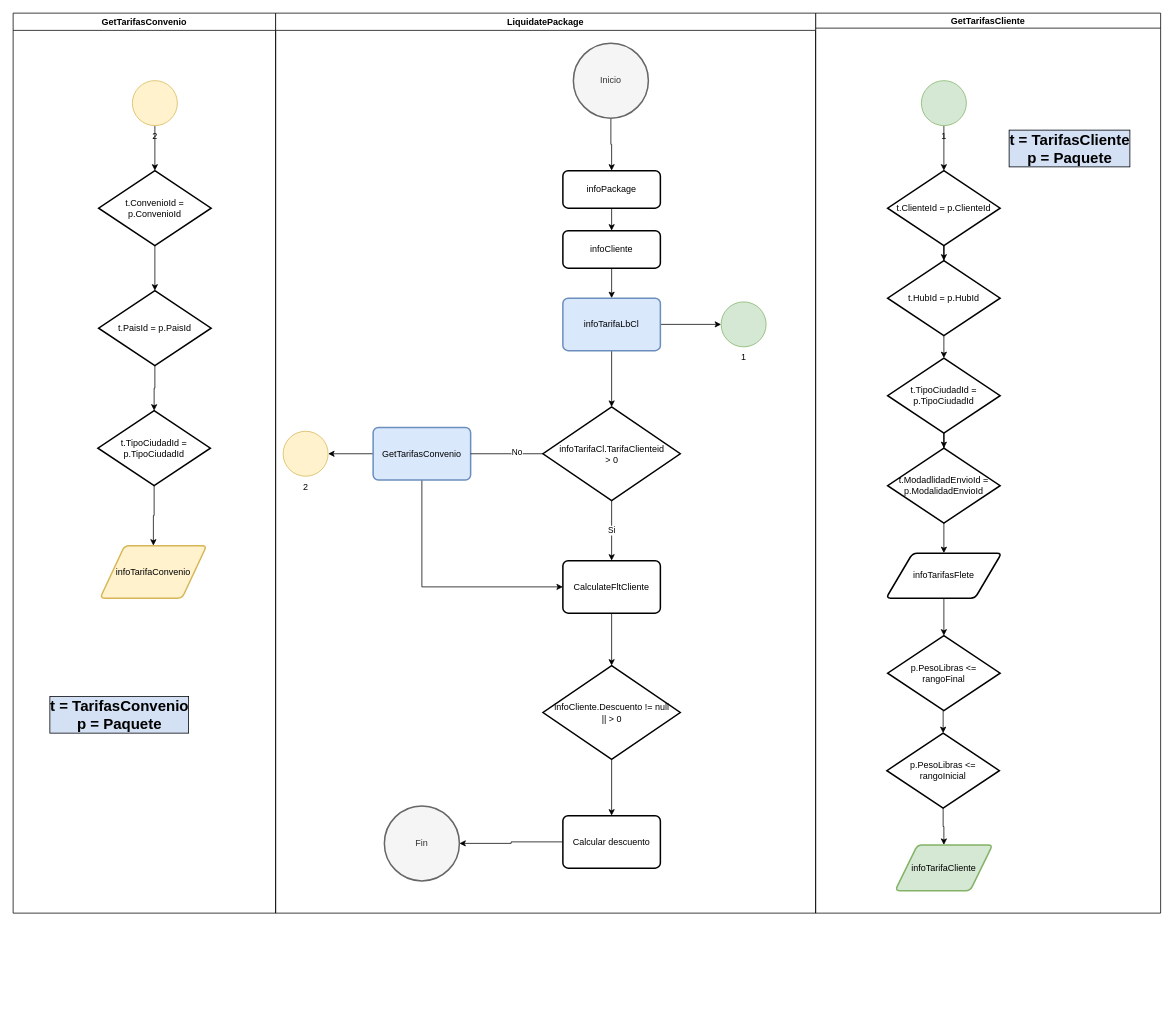
lleal24/W3School-HTML keeps this draw.io diagram as LiquidatePackage.drawio. Above is the earlier version. Source tidied: cells renumbered, new cells numbered last; positions are measured from the earlier drawing's top-left corner, leaving out a move shared by most shapes. Both pictures are drawn from the tidied source at 75%, with x=0, y=0 at pixel (13, 13).
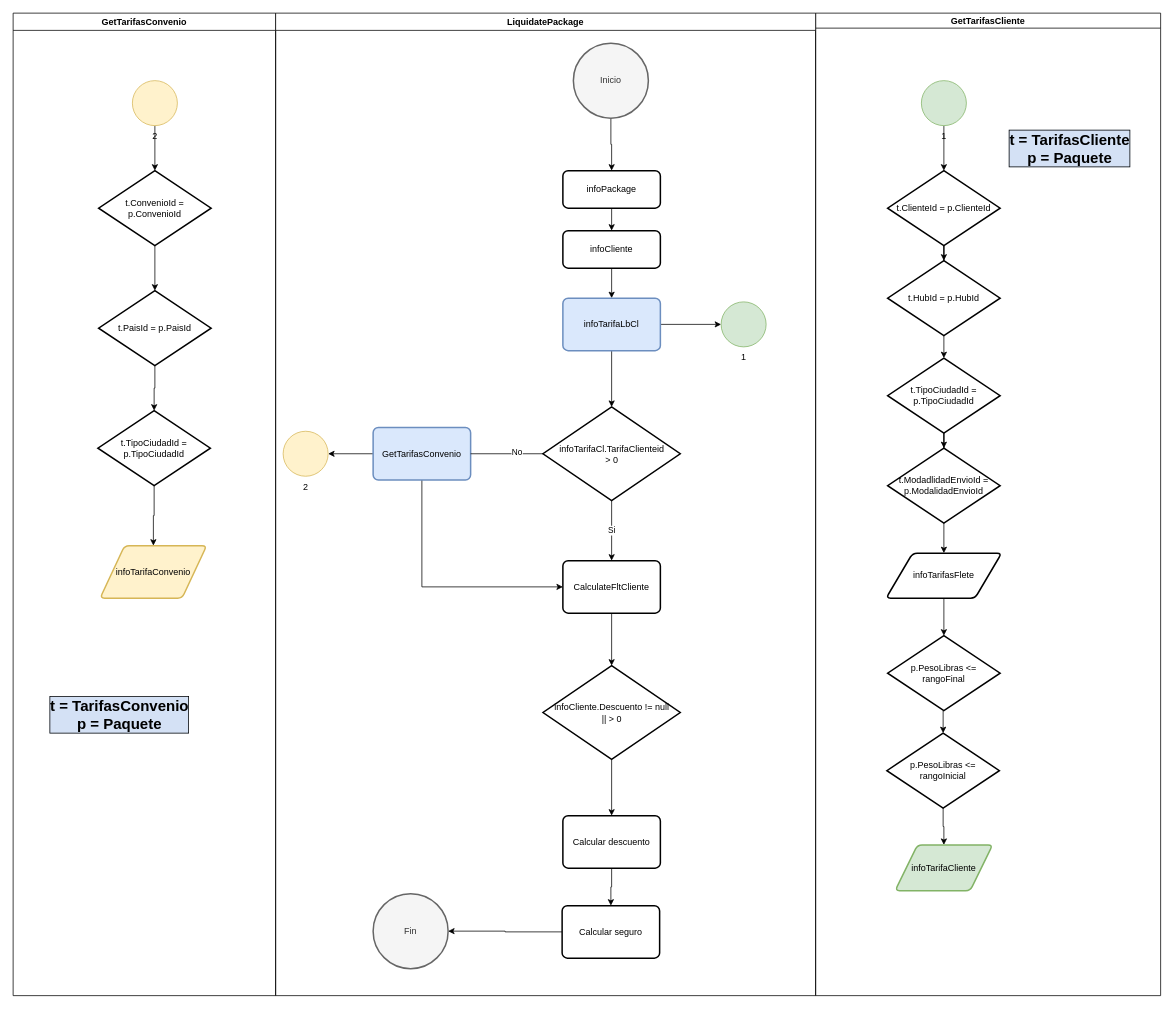
After the change.

The change refers to these unchanged cells:
```xml
<mxCell id="34" value="Calcular descuento" style="rounded=1;whiteSpace=wrap;html=1;absoluteArcSize=1;arcSize=14;strokeWidth=2;" parent="1" vertex="1">
  <mxGeometry x="733" y="1070" width="130" height="70" as="geometry" />
</mxCell>
```

Diff of the diagram source:
```diff
@@
-    <mxCell id="33" style="edgeStyle=orthogonalEdgeStyle;rounded=0;jettySize=auto;html=1;exitX=0;exitY=0.5;exitDx=0;exitDy=0;fontSize=20;" parent="1" edge="1" source="34" target="55">
-      <mxGeometry relative="1" as="geometry" />
-    </mxCell>
+    <mxCell id="58" style="edgeStyle=orthogonalEdgeStyle;rounded=0;jettySize=auto;html=1;exitX=0.5;exitY=1;exitDx=0;exitDy=0;entryX=0.5;entryY=0;entryDx=0;entryDy=0;fontSize=20;" parent="1" edge="1" source="34" target="60">
+      <mxGeometry relative="1" as="geometry" />
+    </mxCell>
@@
     <mxCell id="36" value="GetTarifasCliente" style="swimlane;startSize=20;" parent="1" vertex="1">
-      <mxGeometry x="1070" width="460" height="1200" as="geometry" />
+      <mxGeometry x="1070" width="460" height="1310" as="geometry" />
     </mxCell>
@@
     <mxCell id="42" value="GetTarifasConvenio" style="swimlane;" parent="1" vertex="1">
-      <mxGeometry width="350" height="1200" as="geometry" />
+      <mxGeometry width="350" height="1310" as="geometry" />
     </mxCell>
@@
     <mxCell id="49" value="LiquidatePackage" style="swimlane;" parent="1" vertex="1">
-      <mxGeometry x="350" width="720" height="1200" as="geometry" />
+      <mxGeometry x="350" width="720" height="1310" as="geometry" />
     </mxCell>
@@
     <mxCell id="55" value="Fin" style="strokeWidth=2;html=1;shape=mxgraph.flowchart.start_2;whiteSpace=wrap;fillColor=#f5f5f5;fontColor=#333333;strokeColor=#666666;" parent="49" vertex="1">
-      <mxGeometry x="145" y="1057" width="100" height="100" as="geometry" />
+      <mxGeometry x="130" y="1174" width="100" height="100" as="geometry" />
     </mxCell>
+    <mxCell id="59" style="edgeStyle=orthogonalEdgeStyle;rounded=0;jettySize=auto;html=1;exitX=0;exitY=0.5;exitDx=0;exitDy=0;fontSize=20;" parent="49" edge="1" source="60" target="55">
+      <mxGeometry relative="1" as="geometry" />
+    </mxCell>
+    <mxCell id="60" value="Calcular seguro" style="rounded=1;whiteSpace=wrap;html=1;absoluteArcSize=1;arcSize=14;strokeWidth=2;" parent="49" vertex="1">
+      <mxGeometry x="382" y="1190" width="130" height="70" as="geometry" />
+    </mxCell>
```
